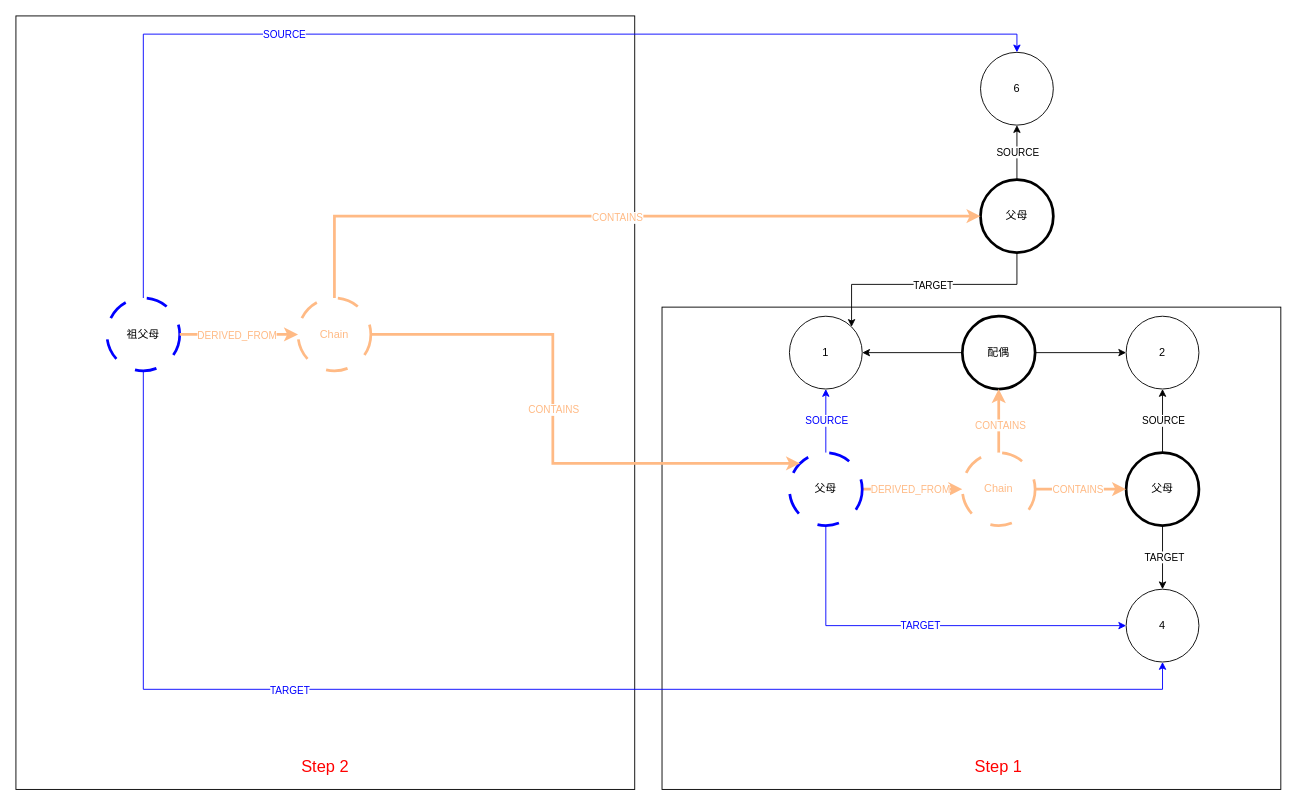
Earlier version of the draw.io diagram page "2级关系推导" (7 of 9) of 友邦/图拓扑设计.drawio (XiaoLiuAI/diagrams). Source tidied: cells renumbered, new cells numbered last; positions are measured from the earlier drawing's top-left corner, leaving out a move shared by most shapes. Both pictures are drawn from the tidied source at 91%, with x=0, y=0 at pixel (15, 15).
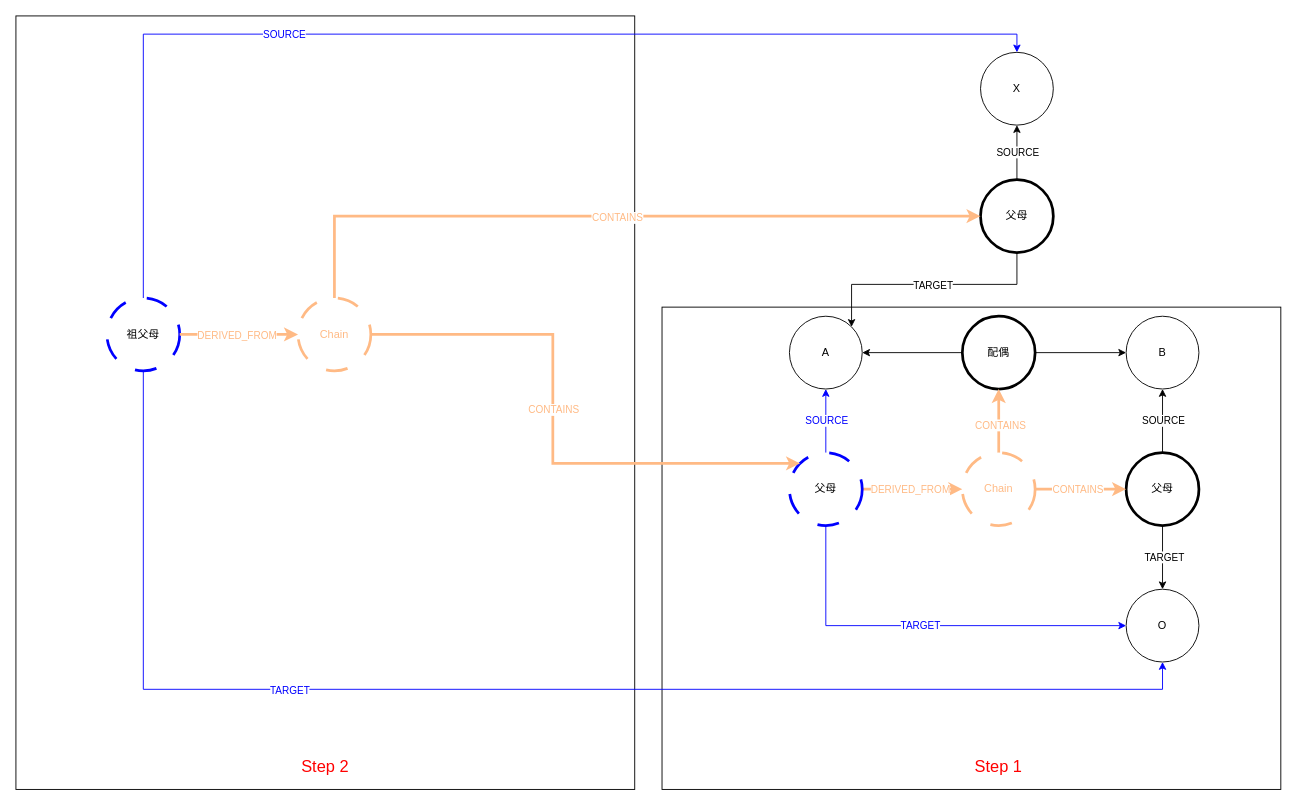
The same diagram, later.

What changed in the source:
```diff
@@
-    <mxCell id="4" value="1" style="ellipse;whiteSpace=wrap;html=1;" parent="1" vertex="1">
+    <mxCell id="4" value="A" style="ellipse;whiteSpace=wrap;html=1;" parent="1" vertex="1">
       <mxGeometry x="850" y="330" width="80" height="80" as="geometry" />
     </mxCell>
-    <mxCell id="5" value="2" style="ellipse;whiteSpace=wrap;html=1;" parent="1" vertex="1">
+    <mxCell id="5" value="B" style="ellipse;whiteSpace=wrap;html=1;" parent="1" vertex="1">
       <mxGeometry x="1220" y="330" width="80" height="80" as="geometry" />
     </mxCell>
-    <mxCell id="6" value="6" style="ellipse;whiteSpace=wrap;html=1;" parent="1" vertex="1">
+    <mxCell id="6" value="X" style="ellipse;whiteSpace=wrap;html=1;" parent="1" vertex="1">
       <mxGeometry x="1060" y="40" width="80" height="80" as="geometry" />
     </mxCell>
@@
-    <mxCell id="10" value="4" style="ellipse;whiteSpace=wrap;html=1;" parent="1" vertex="1">
+    <mxCell id="10" value="O" style="ellipse;whiteSpace=wrap;html=1;" parent="1" vertex="1">
       <mxGeometry x="1220" y="630" width="80" height="80" as="geometry" />
     </mxCell>
```
